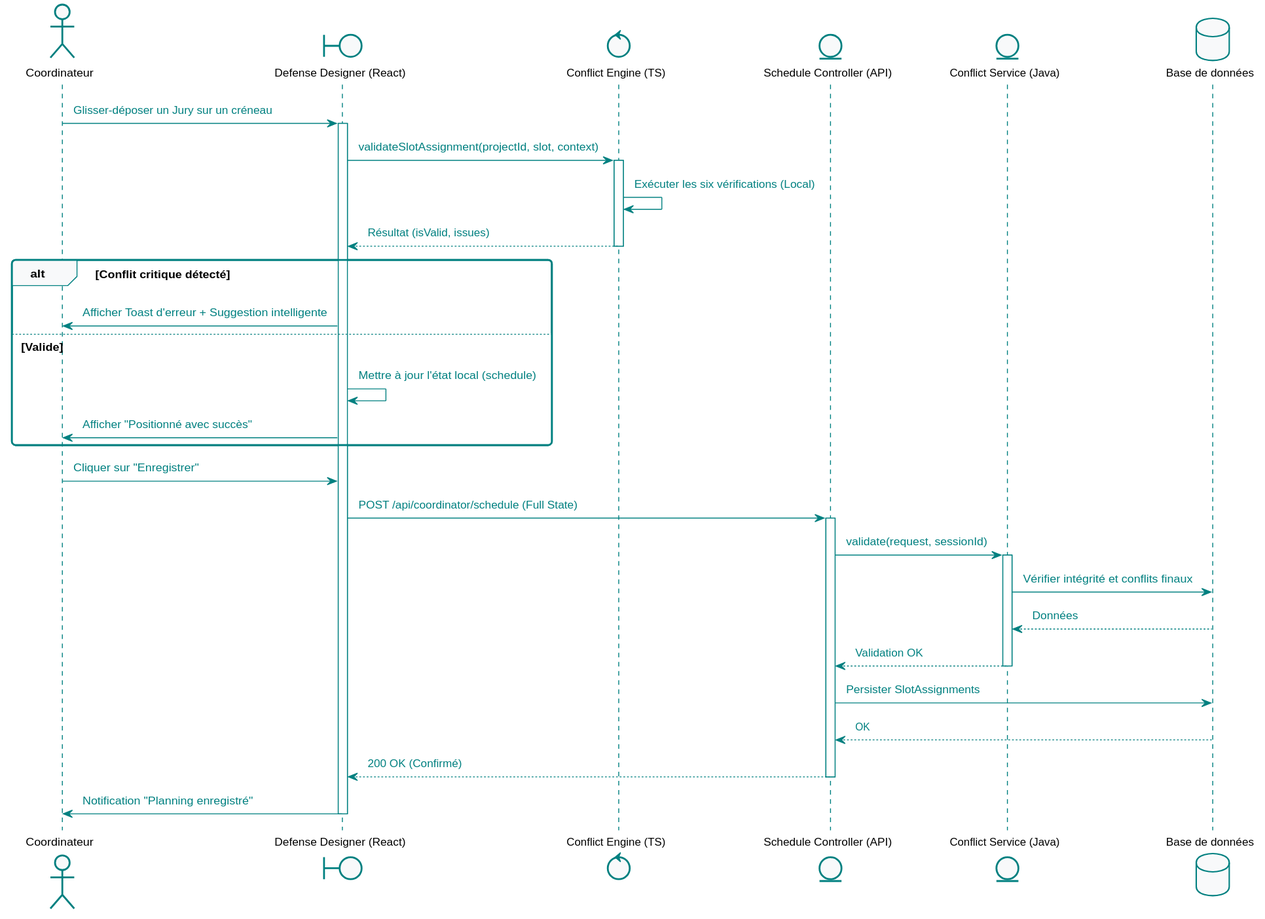
The PlantUML diagram diagrams/svg/seq_planning.svg in abdelaziz-ebourki/system-gestion-soutenance-docs, before a commit.
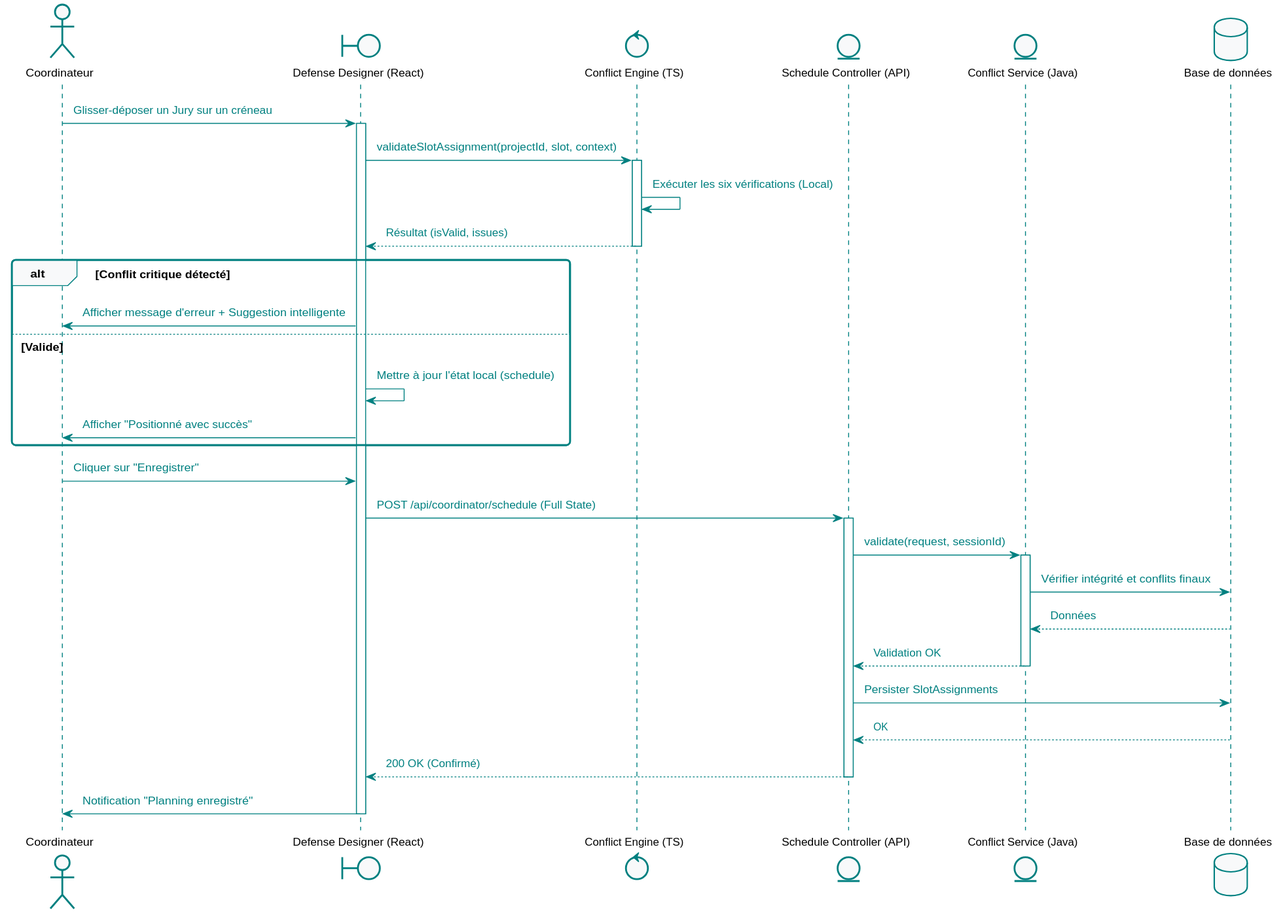
The same file after the commit.

Commit message:
docs: replace 'toast' with 'message' in all natural language descriptions

What changed in the source:
```diff
@@ -91,7 +91,7 @@
 deactivate LocalEngine
 
 alt Conflit critique détecté
-    Front -> Coord : Afficher Toast d'erreur + Suggestion intelligente
+    Front -> Coord : Afficher message d'erreur + Suggestion intelligente
 else Valide
     Front -> Front : Mettre à jour l'état local (schedule)
     Front -> Coord : Afficher "Positionné avec succès"
```
